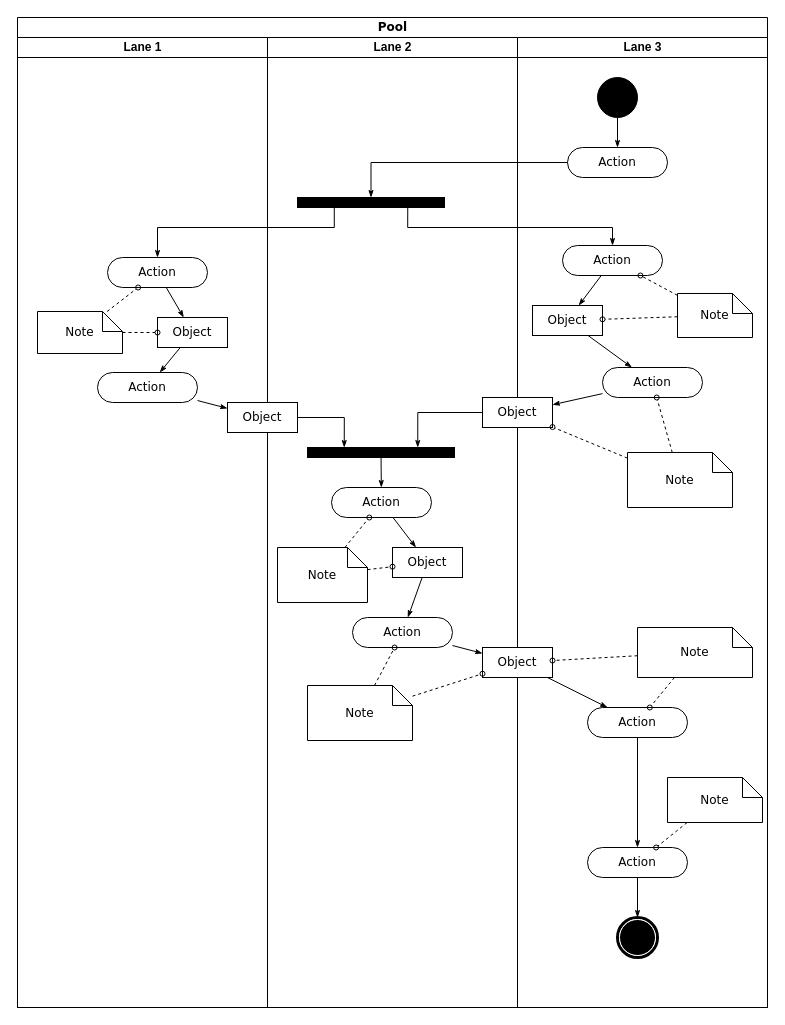
Above: UML/Untitled Diagram.drawio in AnPH13/ANDROID (draw.io), before the change. Source tidied: cells renumbered, new cells numbered last; positions are measured from the earlier drawing's top-left corner, leaving out a move shared by most shapes. Both pictures are drawn from the tidied source at 100%, with x=0, y=0 at pixel (17, 17).
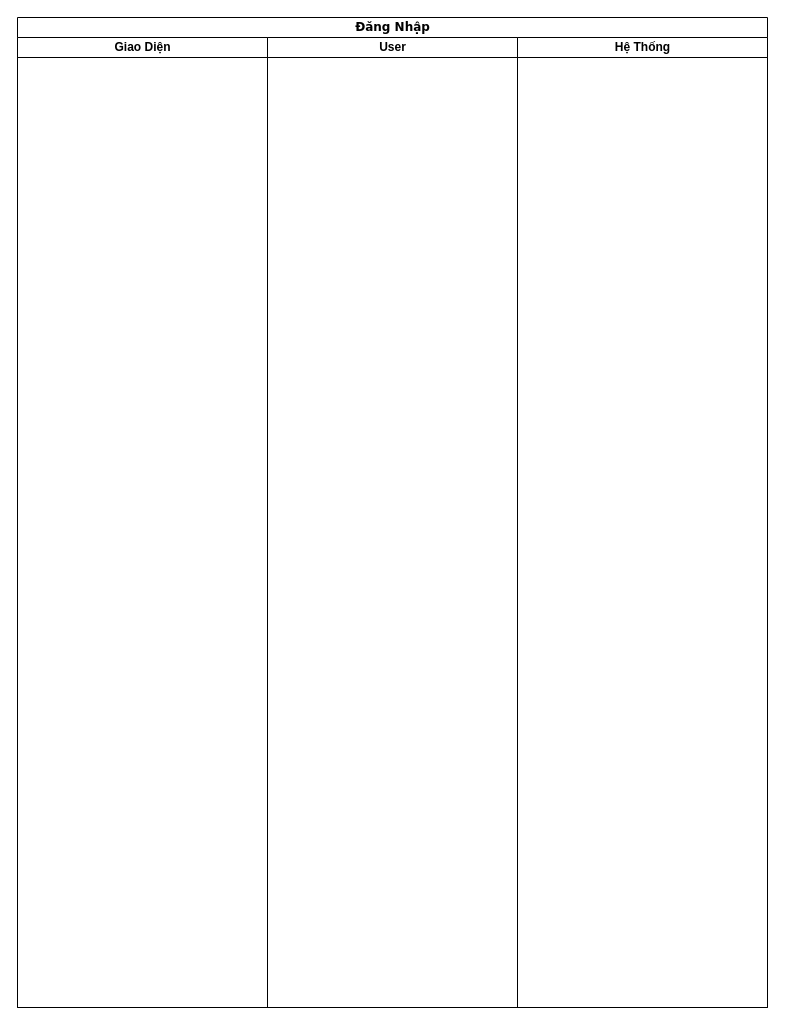
Above is the later version.

What changed in the source:
```diff
@@
-    <mxCell id="2" value="Pool" style="swimlane;html=1;startSize=20;rounded=0;shadow=0;comic=0;labelBackgroundColor=none;strokeWidth=1;fontFamily=Verdana;fontSize=12;align=center;" parent="1" vertex="1">
+    <mxCell id="2" value="Đăng Nhập" style="swimlane;html=1;startSize=20;rounded=0;shadow=0;comic=0;labelBackgroundColor=none;strokeWidth=1;fontFamily=Verdana;fontSize=12;align=center;" parent="1" vertex="1">
       <mxGeometry width="750" height="990" as="geometry" />
     </mxCell>
-    <mxCell id="3" value="Lane 1" style="swimlane;html=1;startSize=20;" parent="2" vertex="1">
+    <mxCell id="3" value="Giao Diện" style="swimlane;html=1;startSize=20;" parent="2" vertex="1">
       <mxGeometry y="20" width="250" height="970" as="geometry" />
     </mxCell>
-    <mxCell id="4" style="edgeStyle=none;rounded=0;html=1;labelBackgroundColor=none;startArrow=none;startFill=0;startSize=5;endArrow=classicThin;endFill=1;endSize=5;jettySize=auto;strokeWidth=1;fontFamily=Verdana;fontSize=12;" parent="3" edge="1" source="5" target="8">
-      <mxGeometry relative="1" as="geometry" />
-    </mxCell>
-    <mxCell id="5" value="Action" style="rounded=1;whiteSpace=wrap;html=1;shadow=0;comic=0;labelBackgroundColor=none;strokeWidth=1;fontFamily=Verdana;fontSize=12;align=center;arcSize=50;" parent="3" vertex="1">
-      <mxGeometry x="90" y="220" width="100" height="30" as="geometry" />
-    </mxCell>
-    <mxCell id="6" value="Action" style="rounded=1;whiteSpace=wrap;html=1;shadow=0;comic=0;labelBackgroundColor=none;strokeWidth=1;fontFamily=Verdana;fontSize=12;align=center;arcSize=50;" parent="3" vertex="1">
-      <mxGeometry x="80" y="335" width="100" height="30" as="geometry" />
-    </mxCell>
-    <mxCell id="7" style="edgeStyle=none;rounded=0;html=1;labelBackgroundColor=none;startArrow=none;startFill=0;startSize=5;endArrow=classicThin;endFill=1;endSize=5;jettySize=auto;strokeWidth=1;fontFamily=Verdana;fontSize=12;" parent="3" edge="1" source="8" target="6">
-      <mxGeometry relative="1" as="geometry" />
-    </mxCell>
-    <mxCell id="8" value="Object" style="rounded=0;whiteSpace=wrap;html=1;shadow=0;comic=0;labelBackgroundColor=none;strokeWidth=1;fontFamily=Verdana;fontSize=12;align=center;arcSize=50;" parent="3" vertex="1">
-      <mxGeometry x="140" y="280" width="70" height="30" as="geometry" />
-    </mxCell>
-    <mxCell id="9" style="edgeStyle=none;rounded=0;html=1;labelBackgroundColor=none;startArrow=none;startFill=0;startSize=5;endArrow=oval;endFill=0;endSize=5;jettySize=auto;strokeWidth=1;fontFamily=Verdana;fontSize=12;dashed=1;" parent="3" edge="1" source="11" target="5">
-      <mxGeometry relative="1" as="geometry" />
-    </mxCell>
-    <mxCell id="10" style="edgeStyle=none;rounded=0;html=1;dashed=1;labelBackgroundColor=none;startArrow=none;startFill=0;startSize=5;endArrow=oval;endFill=0;endSize=5;jettySize=auto;strokeWidth=1;fontFamily=Verdana;fontSize=12;" parent="3" edge="1" source="11" target="8">
-      <mxGeometry relative="1" as="geometry" />
-    </mxCell>
-    <mxCell id="11" value="Note" style="shape=note;whiteSpace=wrap;html=1;rounded=0;shadow=0;comic=0;labelBackgroundColor=none;strokeWidth=1;fontFamily=Verdana;fontSize=12;align=center;size=20;" parent="3" vertex="1">
-      <mxGeometry x="20" y="274" width="85" height="42" as="geometry" />
-    </mxCell>
-    <mxCell id="12" value="Lane 2" style="swimlane;html=1;startSize=20;" parent="2" vertex="1">
-      <mxGeometry x="250" y="20" width="250" height="970" as="geometry" />
-    </mxCell>
-    <mxCell id="13" style="whiteSpace=wrap;html=1;rounded=0;shadow=0;comic=0;labelBackgroundColor=none;strokeWidth=1;fillColor=#000000;fontFamily=Verdana;fontSize=12;align=center;rotation=0;" parent="12" vertex="1">
-      <mxGeometry x="30" y="160" width="147" height="10" as="geometry" />
-    </mxCell>
-    <mxCell id="14" style="edgeStyle=none;rounded=0;html=1;labelBackgroundColor=none;startArrow=none;startFill=0;startSize=5;endArrow=classicThin;endFill=1;endSize=5;jettySize=auto;strokeWidth=1;fontFamily=Verdana;fontSize=12;" parent="12" edge="1" source="15" target="21">
-      <mxGeometry relative="1" as="geometry" />
-    </mxCell>
-    <mxCell id="15" value="Action" style="rounded=1;whiteSpace=wrap;html=1;shadow=0;comic=0;labelBackgroundColor=none;strokeWidth=1;fontFamily=Verdana;fontSize=12;align=center;arcSize=50;" parent="12" vertex="1">
-      <mxGeometry x="64" y="450" width="100" height="30" as="geometry" />
-    </mxCell>
-    <mxCell id="16" style="edgeStyle=none;rounded=0;html=1;labelBackgroundColor=none;startArrow=none;startFill=0;startSize=5;endArrow=classicThin;endFill=1;endSize=5;jettySize=auto;strokeWidth=1;fontFamily=Verdana;fontSize=12;" parent="12" edge="1" source="17" target="15">
-      <mxGeometry relative="1" as="geometry" />
-    </mxCell>
-    <mxCell id="17" style="whiteSpace=wrap;html=1;rounded=0;shadow=0;comic=0;labelBackgroundColor=none;strokeWidth=1;fillColor=#000000;fontFamily=Verdana;fontSize=12;align=center;rotation=0;" parent="12" vertex="1">
-      <mxGeometry x="40" y="410" width="147" height="10" as="geometry" />
-    </mxCell>
-    <mxCell id="18" style="edgeStyle=orthogonalEdgeStyle;rounded=0;html=1;entryX=0.25;entryY=0;labelBackgroundColor=none;startArrow=none;startFill=0;startSize=5;endArrow=classicThin;endFill=1;endSize=5;jettySize=auto;strokeWidth=1;fontFamily=Verdana;fontSize=12;" parent="12" edge="1" source="19" target="17">
-      <mxGeometry relative="1" as="geometry" />
-    </mxCell>
-    <mxCell id="19" value="Object" style="rounded=0;whiteSpace=wrap;html=1;shadow=0;comic=0;labelBackgroundColor=none;strokeWidth=1;fontFamily=Verdana;fontSize=12;align=center;arcSize=50;" parent="12" vertex="1">
-      <mxGeometry x="-40" y="365" width="70" height="30" as="geometry" />
-    </mxCell>
-    <mxCell id="20" style="edgeStyle=none;rounded=0;html=1;labelBackgroundColor=none;startArrow=none;startFill=0;startSize=5;endArrow=classicThin;endFill=1;endSize=5;jettySize=auto;strokeWidth=1;fontFamily=Verdana;fontSize=12;" parent="12" edge="1" source="21" target="22">
-      <mxGeometry relative="1" as="geometry" />
-    </mxCell>
-    <mxCell id="21" value="Object" style="rounded=0;whiteSpace=wrap;html=1;shadow=0;comic=0;labelBackgroundColor=none;strokeWidth=1;fontFamily=Verdana;fontSize=12;align=center;arcSize=50;" parent="12" vertex="1">
-      <mxGeometry x="125" y="510" width="70" height="30" as="geometry" />
-    </mxCell>
-    <mxCell id="22" value="Action" style="rounded=1;whiteSpace=wrap;html=1;shadow=0;comic=0;labelBackgroundColor=none;strokeWidth=1;fontFamily=Verdana;fontSize=12;align=center;arcSize=50;" parent="12" vertex="1">
-      <mxGeometry x="85" y="580" width="100" height="30" as="geometry" />
-    </mxCell>
-    <mxCell id="23" style="edgeStyle=none;rounded=0;html=1;dashed=1;labelBackgroundColor=none;startArrow=none;startFill=0;startSize=5;endArrow=oval;endFill=0;endSize=5;jettySize=auto;strokeWidth=1;fontFamily=Verdana;fontSize=12;" parent="12" edge="1" source="25" target="15">
-      <mxGeometry relative="1" as="geometry" />
-    </mxCell>
-    <mxCell id="24" style="edgeStyle=none;rounded=0;html=1;dashed=1;labelBackgroundColor=none;startArrow=none;startFill=0;startSize=5;endArrow=oval;endFill=0;endSize=5;jettySize=auto;strokeWidth=1;fontFamily=Verdana;fontSize=12;" parent="12" edge="1" source="25" target="21">
-      <mxGeometry relative="1" as="geometry" />
-    </mxCell>
-    <mxCell id="25" value="Note" style="shape=note;whiteSpace=wrap;html=1;rounded=0;shadow=0;comic=0;labelBackgroundColor=none;strokeWidth=1;fontFamily=Verdana;fontSize=12;align=center;size=20;" parent="12" vertex="1">
-      <mxGeometry x="10" y="510" width="90" height="55" as="geometry" />
-    </mxCell>
-    <mxCell id="26" style="edgeStyle=none;rounded=0;html=1;dashed=1;labelBackgroundColor=none;startArrow=none;startFill=0;startSize=5;endArrow=oval;endFill=0;endSize=5;jettySize=auto;strokeWidth=1;fontFamily=Verdana;fontSize=12;" parent="12" edge="1" source="27" target="22">
-      <mxGeometry relative="1" as="geometry" />
-    </mxCell>
-    <mxCell id="27" value="Note" style="shape=note;whiteSpace=wrap;html=1;rounded=0;shadow=0;comic=0;labelBackgroundColor=none;strokeWidth=1;fontFamily=Verdana;fontSize=12;align=center;size=20;" parent="12" vertex="1">
-      <mxGeometry x="40" y="648" width="105" height="55" as="geometry" />
-    </mxCell>
-    <mxCell id="28" value="Lane 3" style="swimlane;html=1;startSize=20;" parent="2" vertex="1">
-      <mxGeometry x="500" y="20" width="250" height="970" as="geometry" />
-    </mxCell>
-    <mxCell id="29" style="edgeStyle=orthogonalEdgeStyle;rounded=0;html=1;labelBackgroundColor=none;startArrow=none;startFill=0;startSize=5;endArrow=classicThin;endFill=1;endSize=5;jettySize=auto;strokeWidth=1;fontFamily=Verdana;fontSize=12;" parent="28" edge="1" source="30" target="31">
-      <mxGeometry relative="1" as="geometry" />
-    </mxCell>
-    <mxCell id="30" style="ellipse;whiteSpace=wrap;html=1;rounded=0;shadow=0;comic=0;labelBackgroundColor=none;strokeWidth=1;fillColor=#000000;fontFamily=Verdana;fontSize=12;align=center;" parent="28" vertex="1">
-      <mxGeometry x="80" y="40" width="40" height="40" as="geometry" />
-    </mxCell>
-    <mxCell id="31" value="Action" style="rounded=1;whiteSpace=wrap;html=1;shadow=0;comic=0;labelBackgroundColor=none;strokeWidth=1;fontFamily=Verdana;fontSize=12;align=center;arcSize=50;" parent="28" vertex="1">
-      <mxGeometry x="50" y="110" width="100" height="30" as="geometry" />
-    </mxCell>
-    <mxCell id="32" style="rounded=0;html=1;labelBackgroundColor=none;startArrow=none;startFill=0;startSize=5;endArrow=classicThin;endFill=1;endSize=5;jettySize=auto;strokeWidth=1;fontFamily=Verdana;fontSize=12;" parent="28" edge="1" source="33" target="37">
-      <mxGeometry relative="1" as="geometry" />
-    </mxCell>
-    <mxCell id="33" value="Action" style="rounded=1;whiteSpace=wrap;html=1;shadow=0;comic=0;labelBackgroundColor=none;strokeWidth=1;fontFamily=Verdana;fontSize=12;align=center;arcSize=50;" parent="28" vertex="1">
-      <mxGeometry x="45" y="208" width="100" height="30" as="geometry" />
-    </mxCell>
-    <mxCell id="34" style="edgeStyle=none;rounded=0;html=1;labelBackgroundColor=none;startArrow=none;startFill=0;startSize=5;endArrow=classicThin;endFill=1;endSize=5;jettySize=auto;strokeWidth=1;fontFamily=Verdana;fontSize=12;" parent="28" edge="1" source="35" target="38">
-      <mxGeometry relative="1" as="geometry" />
-    </mxCell>
-    <mxCell id="35" value="Action" style="rounded=1;whiteSpace=wrap;html=1;shadow=0;comic=0;labelBackgroundColor=none;strokeWidth=1;fontFamily=Verdana;fontSize=12;align=center;arcSize=50;" parent="28" vertex="1">
-      <mxGeometry x="85" y="330" width="100" height="30" as="geometry" />
-    </mxCell>
-    <mxCell id="36" style="edgeStyle=none;rounded=0;html=1;labelBackgroundColor=none;startArrow=none;startFill=0;startSize=5;endArrow=classicThin;endFill=1;endSize=5;jettySize=auto;strokeWidth=1;fontFamily=Verdana;fontSize=12;" parent="28" edge="1" source="37" target="35">
-      <mxGeometry relative="1" as="geometry" />
-    </mxCell>
-    <mxCell id="37" value="Object" style="rounded=0;whiteSpace=wrap;html=1;shadow=0;comic=0;labelBackgroundColor=none;strokeWidth=1;fontFamily=Verdana;fontSize=12;align=center;arcSize=50;" parent="28" vertex="1">
-      <mxGeometry x="15" y="268" width="70" height="30" as="geometry" />
-    </mxCell>
-    <mxCell id="38" value="Object" style="rounded=0;whiteSpace=wrap;html=1;shadow=0;comic=0;labelBackgroundColor=none;strokeWidth=1;fontFamily=Verdana;fontSize=12;align=center;arcSize=50;" parent="28" vertex="1">
-      <mxGeometry x="-35" y="360" width="70" height="30" as="geometry" />
-    </mxCell>
-    <mxCell id="39" style="edgeStyle=none;rounded=0;html=1;labelBackgroundColor=none;startArrow=none;startFill=0;startSize=5;endArrow=classicThin;endFill=1;endSize=5;jettySize=auto;strokeWidth=1;fontFamily=Verdana;fontSize=12;" parent="28" edge="1" source="40" target="42">
-      <mxGeometry relative="1" as="geometry" />
-    </mxCell>
-    <mxCell id="40" value="Object" style="rounded=0;whiteSpace=wrap;html=1;shadow=0;comic=0;labelBackgroundColor=none;strokeWidth=1;fontFamily=Verdana;fontSize=12;align=center;arcSize=50;" parent="28" vertex="1">
-      <mxGeometry x="-35" y="610" width="70" height="30" as="geometry" />
-    </mxCell>
-    <mxCell id="41" style="edgeStyle=none;rounded=0;html=1;labelBackgroundColor=none;startArrow=none;startFill=0;startSize=5;endArrow=classicThin;endFill=1;endSize=5;jettySize=auto;strokeWidth=1;fontFamily=Verdana;fontSize=12;" parent="28" edge="1" source="42" target="44">
-      <mxGeometry relative="1" as="geometry" />
-    </mxCell>
-    <mxCell id="42" value="Action" style="rounded=1;whiteSpace=wrap;html=1;shadow=0;comic=0;labelBackgroundColor=none;strokeWidth=1;fontFamily=Verdana;fontSize=12;align=center;arcSize=50;" parent="28" vertex="1">
-      <mxGeometry x="70" y="670" width="100" height="30" as="geometry" />
-    </mxCell>
-    <mxCell id="43" style="edgeStyle=none;rounded=0;html=1;labelBackgroundColor=none;startArrow=none;startFill=0;startSize=5;endArrow=classicThin;endFill=1;endSize=5;jettySize=auto;strokeWidth=1;fontFamily=Verdana;fontSize=12;" parent="28" edge="1" source="44" target="45">
-      <mxGeometry relative="1" as="geometry" />
-    </mxCell>
-    <mxCell id="44" value="Action" style="rounded=1;whiteSpace=wrap;html=1;shadow=0;comic=0;labelBackgroundColor=none;strokeWidth=1;fontFamily=Verdana;fontSize=12;align=center;arcSize=50;" parent="28" vertex="1">
-      <mxGeometry x="70" y="810" width="100" height="30" as="geometry" />
-    </mxCell>
-    <mxCell id="45" style="shape=mxgraph.bpmn.shape;html=1;verticalLabelPosition=bottom;labelBackgroundColor=#ffffff;verticalAlign=top;perimeter=ellipsePerimeter;outline=end;symbol=terminate;rounded=0;shadow=0;comic=0;strokeWidth=1;fontFamily=Verdana;fontSize=12;align=center;" parent="28" vertex="1">
-      <mxGeometry x="100" y="880" width="40" height="40" as="geometry" />
-    </mxCell>
-    <mxCell id="46" style="edgeStyle=none;rounded=0;html=1;dashed=1;labelBackgroundColor=none;startArrow=none;startFill=0;startSize=5;endArrow=oval;endFill=0;endSize=5;jettySize=auto;strokeWidth=1;fontFamily=Verdana;fontSize=12;" parent="28" edge="1" source="48" target="33">
-      <mxGeometry relative="1" as="geometry" />
-    </mxCell>
-    <mxCell id="47" style="edgeStyle=none;rounded=0;html=1;dashed=1;labelBackgroundColor=none;startArrow=none;startFill=0;startSize=5;endArrow=oval;endFill=0;endSize=5;jettySize=auto;strokeWidth=1;fontFamily=Verdana;fontSize=12;" parent="28" edge="1" source="48" target="37">
-      <mxGeometry relative="1" as="geometry" />
-    </mxCell>
-    <mxCell id="48" value="Note" style="shape=note;whiteSpace=wrap;html=1;rounded=0;shadow=0;comic=0;labelBackgroundColor=none;strokeWidth=1;fontFamily=Verdana;fontSize=12;align=center;size=20;" parent="28" vertex="1">
-      <mxGeometry x="160" y="256" width="75" height="44" as="geometry" />
-    </mxCell>
-    <mxCell id="49" style="edgeStyle=none;rounded=0;html=1;dashed=1;labelBackgroundColor=none;startArrow=none;startFill=0;startSize=5;endArrow=oval;endFill=0;endSize=5;jettySize=auto;strokeWidth=1;fontFamily=Verdana;fontSize=12;" parent="28" edge="1" source="51" target="35">
-      <mxGeometry relative="1" as="geometry" />
-    </mxCell>
-    <mxCell id="50" style="edgeStyle=none;rounded=0;html=1;dashed=1;labelBackgroundColor=none;startArrow=none;startFill=0;startSize=5;endArrow=oval;endFill=0;endSize=5;jettySize=auto;strokeWidth=1;fontFamily=Verdana;fontSize=12;" parent="28" edge="1" source="51" target="38">
-      <mxGeometry relative="1" as="geometry" />
-    </mxCell>
-    <mxCell id="51" value="Note" style="shape=note;whiteSpace=wrap;html=1;rounded=0;shadow=0;comic=0;labelBackgroundColor=none;strokeWidth=1;fontFamily=Verdana;fontSize=12;align=center;size=20;" parent="28" vertex="1">
-      <mxGeometry x="110" y="415" width="105" height="55" as="geometry" />
-    </mxCell>
-    <mxCell id="52" style="edgeStyle=none;rounded=0;html=1;dashed=1;labelBackgroundColor=none;startArrow=none;startFill=0;startSize=5;endArrow=oval;endFill=0;endSize=5;jettySize=auto;strokeWidth=1;fontFamily=Verdana;fontSize=12;" parent="28" edge="1" source="54" target="42">
-      <mxGeometry relative="1" as="geometry" />
-    </mxCell>
-    <mxCell id="53" style="edgeStyle=none;rounded=0;html=1;dashed=1;labelBackgroundColor=none;startArrow=none;startFill=0;startSize=5;endArrow=oval;endFill=0;endSize=5;jettySize=auto;strokeWidth=1;fontFamily=Verdana;fontSize=12;" parent="28" edge="1" source="54" target="40">
-      <mxGeometry relative="1" as="geometry" />
-    </mxCell>
-    <mxCell id="54" value="Note" style="shape=note;whiteSpace=wrap;html=1;rounded=0;shadow=0;comic=0;labelBackgroundColor=none;strokeWidth=1;fontFamily=Verdana;fontSize=12;align=center;size=20;" parent="28" vertex="1">
-      <mxGeometry x="120" y="590" width="115" height="50" as="geometry" />
-    </mxCell>
-    <mxCell id="55" style="edgeStyle=none;rounded=0;html=1;dashed=1;labelBackgroundColor=none;startArrow=none;startFill=0;startSize=5;endArrow=oval;endFill=0;endSize=5;jettySize=auto;strokeWidth=1;fontFamily=Verdana;fontSize=12;" parent="28" edge="1" source="56" target="44">
-      <mxGeometry relative="1" as="geometry" />
-    </mxCell>
-    <mxCell id="56" value="Note" style="shape=note;whiteSpace=wrap;html=1;rounded=0;shadow=0;comic=0;labelBackgroundColor=none;strokeWidth=1;fontFamily=Verdana;fontSize=12;align=center;size=20;" parent="28" vertex="1">
-      <mxGeometry x="150" y="740" width="95" height="45" as="geometry" />
-    </mxCell>
-    <mxCell id="57" style="edgeStyle=orthogonalEdgeStyle;rounded=0;html=1;entryX=0.5;entryY=0;labelBackgroundColor=none;startArrow=none;startFill=0;startSize=5;endArrow=classicThin;endFill=1;endSize=5;jettySize=auto;strokeWidth=1;fontFamily=Verdana;fontSize=12;" parent="2" edge="1" source="31" target="13">
-      <mxGeometry relative="1" as="geometry">
-        <Array as="points">
-          <mxPoint x="354" y="145" />
-        </Array>
-      </mxGeometry>
-    </mxCell>
-    <mxCell id="58" style="edgeStyle=orthogonalEdgeStyle;rounded=0;html=1;exitX=0.75;exitY=1;labelBackgroundColor=none;startArrow=none;startFill=0;startSize=5;endArrow=classicThin;endFill=1;endSize=5;jettySize=auto;strokeWidth=1;fontFamily=Verdana;fontSize=12;" parent="2" edge="1" source="13" target="33">
-      <mxGeometry relative="1" as="geometry">
-        <Array as="points">
-          <mxPoint x="390" y="210" />
-          <mxPoint x="595" y="210" />
-        </Array>
-      </mxGeometry>
-    </mxCell>
-    <mxCell id="59" style="edgeStyle=orthogonalEdgeStyle;rounded=0;html=1;exitX=0.25;exitY=1;entryX=0.5;entryY=0;labelBackgroundColor=none;startArrow=none;startFill=0;startSize=5;endArrow=classicThin;endFill=1;endSize=5;jettySize=auto;strokeWidth=1;fontFamily=Verdana;fontSize=12;" parent="2" edge="1" source="13" target="5">
-      <mxGeometry relative="1" as="geometry">
-        <Array as="points">
-          <mxPoint x="317" y="210" />
-          <mxPoint x="140" y="210" />
-        </Array>
-      </mxGeometry>
-    </mxCell>
-    <mxCell id="60" style="edgeStyle=orthogonalEdgeStyle;rounded=0;html=1;entryX=0.75;entryY=0;labelBackgroundColor=none;startArrow=none;startFill=0;startSize=5;endArrow=classicThin;endFill=1;endSize=5;jettySize=auto;strokeWidth=1;fontFamily=Verdana;fontSize=12;" parent="2" edge="1" source="38" target="17">
-      <mxGeometry relative="1" as="geometry" />
-    </mxCell>
-    <mxCell id="61" style="edgeStyle=none;rounded=0;html=1;labelBackgroundColor=none;startArrow=none;startFill=0;startSize=5;endArrow=classicThin;endFill=1;endSize=5;jettySize=auto;strokeWidth=1;fontFamily=Verdana;fontSize=12;" parent="2" edge="1" source="6" target="19">
-      <mxGeometry relative="1" as="geometry" />
-    </mxCell>
-    <mxCell id="62" style="edgeStyle=none;rounded=0;html=1;labelBackgroundColor=none;startArrow=none;startFill=0;startSize=5;endArrow=classicThin;endFill=1;endSize=5;jettySize=auto;strokeWidth=1;fontFamily=Verdana;fontSize=12;" parent="2" edge="1" source="22" target="40">
-      <mxGeometry relative="1" as="geometry" />
-    </mxCell>
-    <mxCell id="63" style="edgeStyle=none;rounded=0;html=1;dashed=1;labelBackgroundColor=none;startArrow=none;startFill=0;startSize=5;endArrow=oval;endFill=0;endSize=5;jettySize=auto;strokeWidth=1;fontFamily=Verdana;fontSize=12;" parent="2" edge="1" source="27" target="40">
-      <mxGeometry relative="1" as="geometry" />
-    </mxCell>
+    <mxCell id="64" value="User" style="swimlane;html=1;startSize=20;" parent="2" vertex="1">
+      <mxGeometry x="250" y="20" width="250" height="970" as="geometry" />
+    </mxCell>
+    <mxCell id="65" value="Hệ Thống" style="swimlane;html=1;startSize=20;" parent="2" vertex="1">
+      <mxGeometry x="500" y="20" width="250" height="970" as="geometry" />
+    </mxCell>
```
